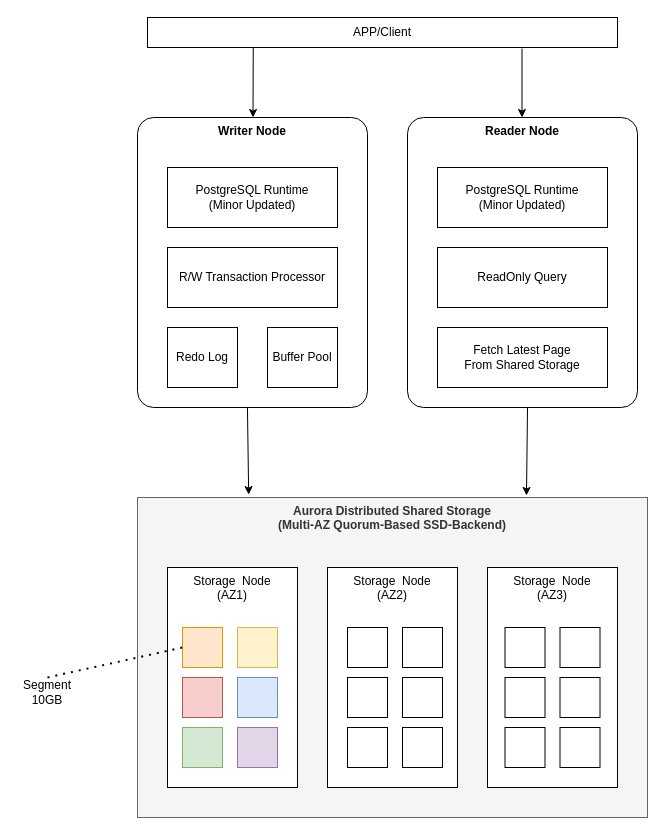
gengjie/aws_architecture keeps this draw.io diagram as Aurora Architecture.drawio. Above is the earlier version. Source tidied: cells renumbered, new cells numbered last; positions are measured from the earlier drawing's top-left corner, leaving out a move shared by most shapes. Both pictures are drawn from the tidied source at 100%, with x=0, y=0 at pixel (17, 17).
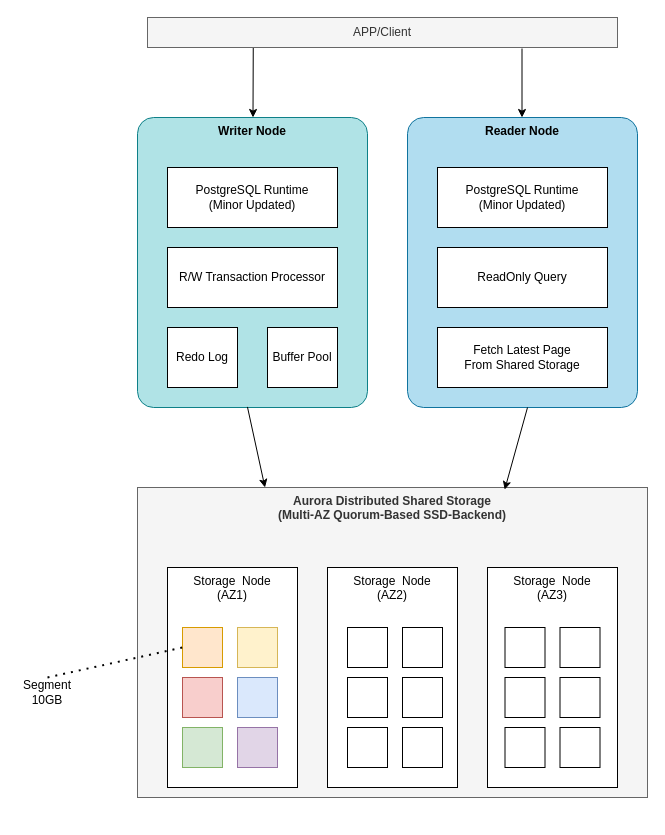
The same diagram, later.

Diff of the diagram source:
```diff
@@
-    <mxCell id="2" value="APP/Client" style="rounded=1;whiteSpace=wrap;html=1;arcSize=0;" parent="1" vertex="1">
+    <mxCell id="2" value="APP/Client" style="rounded=1;whiteSpace=wrap;html=1;arcSize=0;fillColor=#f5f5f5;fontColor=#333333;strokeColor=#666666;" parent="1" vertex="1">
       <mxGeometry x="130" width="470" height="30" as="geometry" />
     </mxCell>
-    <mxCell id="3" value="Writer Node" style="rounded=1;whiteSpace=wrap;html=1;arcSize=7;verticalAlign=top;fontStyle=1;" parent="1" vertex="1">
+    <mxCell id="3" value="Writer Node" style="rounded=1;whiteSpace=wrap;html=1;arcSize=7;verticalAlign=top;fontStyle=1;fillColor=#b0e3e6;strokeColor=#0e8088;" parent="1" vertex="1">
       <mxGeometry x="120" y="100" width="230" height="290" as="geometry" />
     </mxCell>
-    <mxCell id="4" value="Reader Node" style="rounded=1;whiteSpace=wrap;html=1;arcSize=7;verticalAlign=top;fontStyle=1;" parent="1" vertex="1">
+    <mxCell id="4" value="Reader Node" style="rounded=1;whiteSpace=wrap;html=1;arcSize=7;verticalAlign=top;fontStyle=1;fillColor=#b1ddf0;strokeColor=#10739e;" parent="1" vertex="1">
       <mxGeometry x="390" y="100" width="230" height="290" as="geometry" />
     </mxCell>
@@
     <mxCell id="12" value="Aurora Distributed Shared Storage&lt;br&gt;(Multi-AZ Quorum-Based SSD-Backend)" style="rounded=0;whiteSpace=wrap;html=1;verticalAlign=top;fontStyle=1;fillColor=#f5f5f5;fontColor=#333333;strokeColor=#666666;" parent="1" vertex="1">
-      <mxGeometry x="120" y="480" width="510" height="320" as="geometry" />
+      <mxGeometry x="120" y="470" width="510" height="310" as="geometry" />
     </mxCell>
@@
-    <mxCell id="36" style="endArrow=classic;html=1;rounded=0;exitX=0.478;exitY=0.998;exitDx=0;exitDy=0;exitPerimeter=0;entryX=0.218;entryY=-0.009;entryDx=0;entryDy=0;entryPerimeter=0;" parent="1" edge="1" source="3" target="12">
+    <mxCell id="36" style="endArrow=classic;html=1;rounded=0;exitX=0.478;exitY=0.998;exitDx=0;exitDy=0;exitPerimeter=0;entryX=0.25;entryY=0;entryDx=0;entryDy=0;" parent="1" edge="1" source="3" target="12">
       <mxGeometry relative="1" as="geometry" />
     </mxCell>
-    <mxCell id="37" style="endArrow=classic;html=1;rounded=0;" parent="1" edge="1">
+    <mxCell id="37" style="endArrow=classic;html=1;rounded=0;entryX=0.72;entryY=0.007;entryDx=0;entryDy=0;entryPerimeter=0;" parent="1" edge="1" target="12">
       <mxGeometry relative="1" as="geometry">
         <mxPoint x="510" y="390" as="sourcePoint" />
-        <mxPoint x="509" y="478" as="targetPoint" />
       </mxGeometry>
     </mxCell>
```
